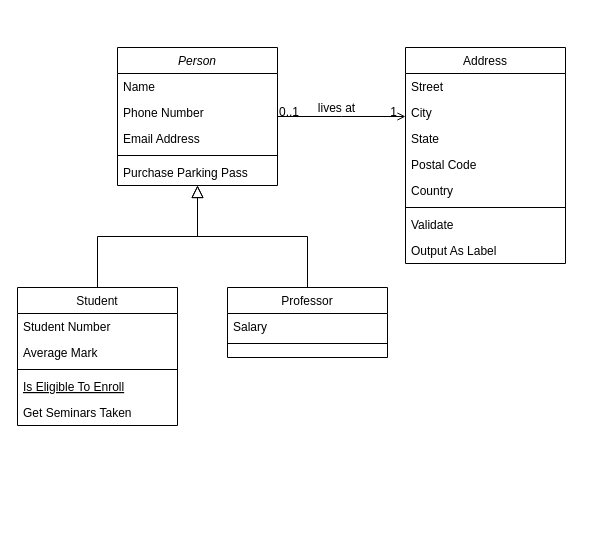
Earlier version of the draw.io diagram Untitled Diagram.drawio (loganworld/nft-marketplace-design). Source tidied: cells renumbered, new cells numbered last; positions are measured from the earlier drawing's top-left corner, leaving out a move shared by most shapes. Both pictures are drawn from the tidied source at 100%, with x=0, y=0 at pixel (17, 47).
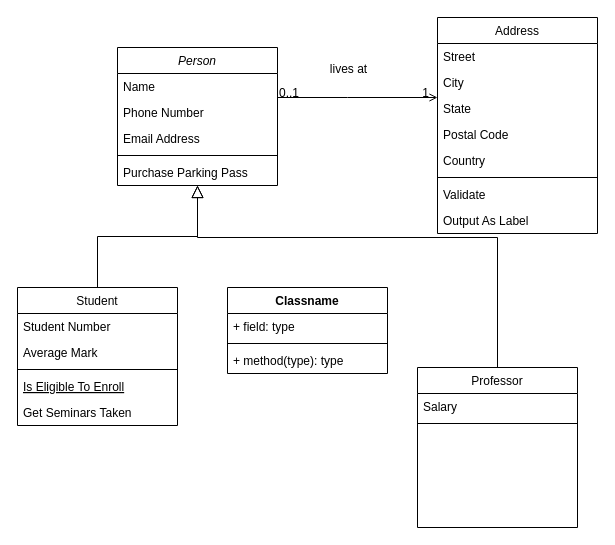
Above is the later version.

Unchanged cells that the change refers to:
```xml
<mxCell id="2" value="Person" style="swimlane;fontStyle=2;align=center;verticalAlign=top;horizontal=1;startSize=26;rounded=0;shadow=0;strokeWidth=1;" parent="1" vertex="1">
  <mxGeometry x="100" width="160" height="138" as="geometry" />
</mxCell>
```

Change to the diagram source:
```diff
@@
     <mxCell id="15" value="Professor" style="swimlane;fontStyle=0;align=center;verticalAlign=top;horizontal=1;startSize=26;rounded=0;shadow=0;strokeWidth=1;" parent="1" vertex="1">
-      <mxGeometry x="210" y="240" width="160" height="70" as="geometry" />
+      <mxGeometry x="400" y="320" width="160" height="160" as="geometry" />
     </mxCell>
@@
     <mxCell id="18" style="endArrow=block;endSize=10;endFill=0;shadow=0;strokeWidth=1;rounded=0;edgeStyle=elbowEdgeStyle;elbow=vertical;" parent="1" edge="1" source="15" target="2">
-      <mxGeometry relative="1" as="geometry" />
+      <mxGeometry relative="1" as="geometry">
+        <Array as="points">
+          <mxPoint x="280" y="190" />
+          <mxPoint x="270" y="200" />
+          <mxPoint x="290" y="180" />
+          <mxPoint x="200" y="200" />
+        </Array>
+      </mxGeometry>
     </mxCell>
     <mxCell id="19" value="Address" style="swimlane;fontStyle=0;align=center;verticalAlign=top;horizontal=1;startSize=26;rounded=0;shadow=0;strokeWidth=1;" parent="1" vertex="1">
-      <mxGeometry x="388" width="160" height="216" as="geometry" />
+      <mxGeometry x="420" y="-30" width="160" height="216" as="geometry" />
     </mxCell>
@@
     <mxCell id="28" style="endArrow=open;shadow=0;strokeWidth=1;rounded=0;endFill=1;edgeStyle=elbowEdgeStyle;elbow=vertical;" parent="1" edge="1" source="2" target="19">
       <mxGeometry x="0.5" y="41" relative="1" as="geometry">
+        <Array as="points">
+          <mxPoint x="330" y="50" />
+        </Array>
         <mxPoint x="-40" y="32" as="offset" />
       </mxGeometry>
     </mxCell>
@@
     <mxCell id="31" value="lives at" style="text;html=1;align=center;verticalAlign=middle;labelBackgroundColor=none;rounded=0;shadow=0;strokeWidth=1;fontSize=12;" parent="28" vertex="1">
       <mxGeometry x="0.5" y="49" relative="1" as="geometry">
-        <mxPoint x="-38" y="40" as="offset" />
+        <mxPoint x="-50" y="20" as="offset" />
       </mxGeometry>
     </mxCell>
+    <mxCell id="32" value="Classname" style="swimlane;fontStyle=1;align=center;verticalAlign=top;horizontal=1;startSize=26;" parent="1" vertex="1">
+      <mxGeometry x="210" y="240" width="160" height="86" as="geometry" />
+    </mxCell>
+    <mxCell id="33" value="+ field: type" style="text;strokeColor=none;fillColor=none;align=left;verticalAlign=top;spacingLeft=4;spacingRight=4;overflow=hidden;" parent="32" vertex="1">
+      <mxGeometry y="26" width="160" height="26" as="geometry" />
+    </mxCell>
+    <mxCell id="34" style="line;strokeWidth=1;fillColor=none;align=left;verticalAlign=middle;spacingTop=-1;spacingLeft=3;spacingRight=3;labelPosition=right;strokeColor=inherit;" parent="32" vertex="1">
+      <mxGeometry y="52" width="160" height="8" as="geometry" />
+    </mxCell>
+    <mxCell id="35" value="+ method(type): type" style="text;strokeColor=none;fillColor=none;align=left;verticalAlign=top;spacingLeft=4;spacingRight=4;overflow=hidden;" parent="32" vertex="1">
+      <mxGeometry y="60" width="160" height="26" as="geometry" />
+    </mxCell>
```
